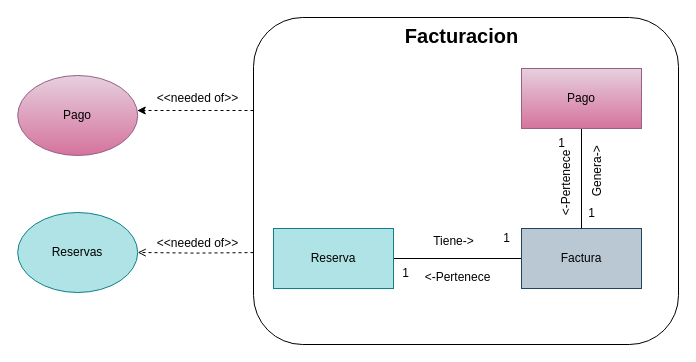
Earlier version of the draw.io diagram page "4.8 Facturacion- ModeloDominioAcotado" (11 of 16) of SpaOnline/ModeloDominioSpa.drawio (cristianospina/DOO). Source tidied: cells renumbered, new cells numbered last; positions are measured from the earlier drawing's top-left corner, leaving out a move shared by most shapes. Both pictures are drawn from the tidied source at 100%, with x=0, y=0 at pixel (17, 17).
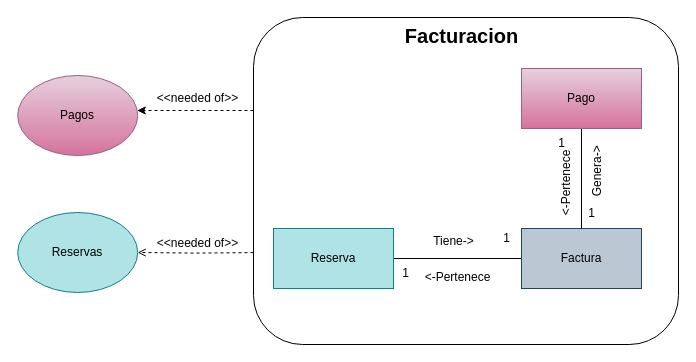
Above is the later version.

What changed in the source:
```diff
@@
-    <mxCell id="21" value="Pago" style="ellipse;whiteSpace=wrap;html=1;fillColor=#e6d0de;strokeColor=#996185;gradientColor=#d5739d;" parent="1" vertex="1">
+    <mxCell id="21" value="Pagos" style="ellipse;whiteSpace=wrap;html=1;fillColor=#e6d0de;strokeColor=#996185;gradientColor=#d5739d;" parent="1" vertex="1">
       <mxGeometry x="0.2" y="58" width="120" height="80" as="geometry" />
     </mxCell>
```
